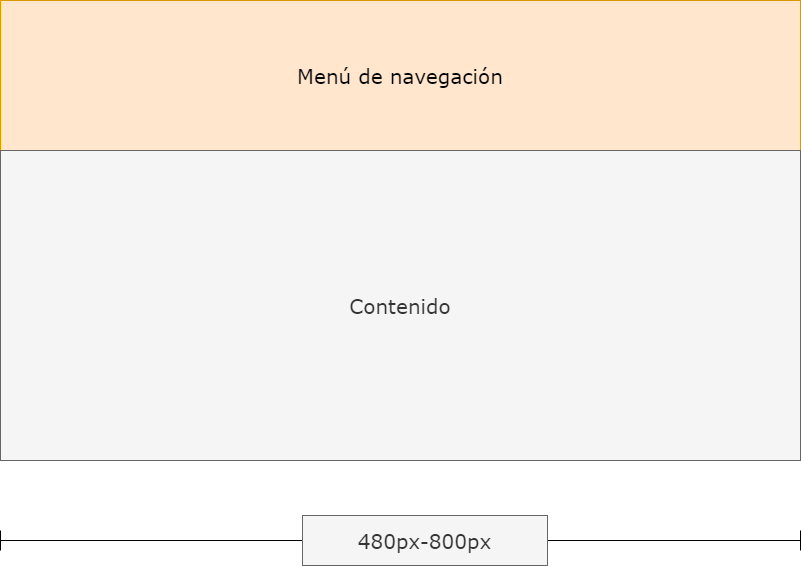
Before: imagenes/boceto800px.png, a diagram exported from draw.io (josanchezva/GraficaInteractiva). Source tidied: cells renumbered, new cells last; positions are measured from the earlier drawing's top-left corner, leaving out a move shared by most shapes.
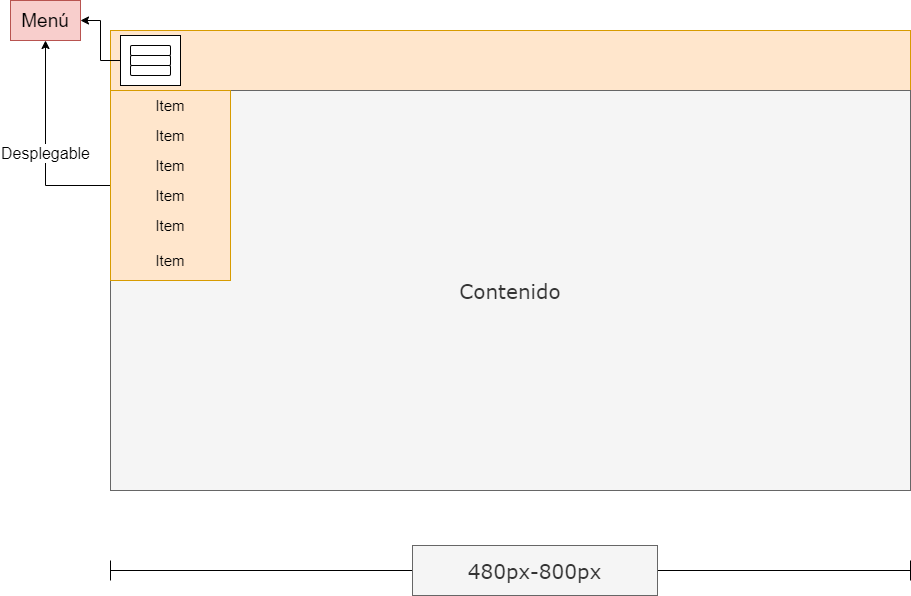
Later version of the same file.

What changed in the source:
```diff
@@ -11,11 +11,56 @@
     <mxCell id="4" value="480px-800px" style="text;html=1;align=center;verticalAlign=middle;whiteSpace=wrap;rounded=0;fontFamily=Verdana;fontSize=20;fillColor=#f5f5f5;strokeColor=#666666;fontColor=#333333;" parent="1" vertex="1">
       <mxGeometry x="302" y="515" width="245" height="50" as="geometry" />
     </mxCell>
-    <mxCell id="5" value="Menú de navegación" style="rounded=0;whiteSpace=wrap;html=1;fontFamily=Verdana;fontSize=20;fillColor=#ffe6cc;strokeColor=#d79b00;" parent="1" vertex="1">
-      <mxGeometry width="800" height="150" as="geometry" />
+    <mxCell id="5" style="rounded=0;whiteSpace=wrap;html=1;fontFamily=Verdana;fontSize=20;fillColor=#ffe6cc;strokeColor=#d79b00;" parent="1" vertex="1">
+      <mxGeometry width="800" height="60" as="geometry" />
     </mxCell>
     <mxCell id="6" value="Contenido" style="text;html=1;align=center;verticalAlign=middle;whiteSpace=wrap;rounded=0;fontFamily=Verdana;fontSize=20;fillColor=#f5f5f5;strokeColor=#666666;fontColor=#333333;" parent="1" vertex="1">
-      <mxGeometry y="150" width="800" height="310" as="geometry" />
+      <mxGeometry y="60" width="800" height="400" as="geometry" />
     </mxCell>
+    <mxCell id="7" style="edgeStyle=orthogonalEdgeStyle;rounded=0;jettySize=auto;html=1;entryX=1;entryY=0.5;entryDx=0;entryDy=0;" parent="1" edge="1" source="8" target="12">
+      <mxGeometry relative="1" as="geometry" />
+    </mxCell>
+    <mxCell id="8" style="rounded=0;whiteSpace=wrap;html=1;" parent="1" vertex="1">
+      <mxGeometry x="10" y="5" width="60" height="50" as="geometry" />
+    </mxCell>
+    <mxCell id="9" style="rounded=1;whiteSpace=wrap;html=1;" parent="1" vertex="1">
+      <mxGeometry x="20" y="15" width="40" height="10" as="geometry" />
+    </mxCell>
+    <mxCell id="10" style="rounded=1;whiteSpace=wrap;html=1;" parent="1" vertex="1">
+      <mxGeometry x="20" y="25" width="40" height="10" as="geometry" />
+    </mxCell>
+    <mxCell id="11" style="rounded=1;whiteSpace=wrap;html=1;" parent="1" vertex="1">
+      <mxGeometry x="20" y="35" width="40" height="10" as="geometry" />
+    </mxCell>
+    <mxCell id="12" value="&lt;font style=&quot;font-size: 19px&quot;&gt;Menú&lt;/font&gt;" style="text;html=1;strokeColor=#b85450;fillColor=#f8cecc;align=center;verticalAlign=middle;whiteSpace=wrap;rounded=0;" parent="1" vertex="1">
+      <mxGeometry x="-100" y="-30" width="70" height="40" as="geometry" />
+    </mxCell>
+    <mxCell id="13" style="edgeStyle=orthogonalEdgeStyle;rounded=0;jettySize=auto;html=1;entryX=0.5;entryY=1;entryDx=0;entryDy=0;" parent="1" edge="1" source="15" target="12">
+      <mxGeometry relative="1" as="geometry" />
+    </mxCell>
+    <mxCell id="14" value="&lt;font style=&quot;font-size: 16px&quot;&gt;Desplegable&lt;/font&gt;" style="edgeLabel;html=1;align=center;verticalAlign=middle;" parent="13" vertex="1">
+      <mxGeometry x="-0.07" y="1" relative="1" as="geometry" />
+    </mxCell>
+    <mxCell id="15" style="rounded=0;whiteSpace=wrap;html=1;fillColor=#ffe6cc;strokeColor=#d79b00;" parent="1" vertex="1">
+      <mxGeometry y="60" width="120" height="190" as="geometry" />
+    </mxCell>
+    <mxCell id="16" value="&lt;font style=&quot;font-size: 15px&quot;&gt;Item&lt;/font&gt;" style="text;html=1;strokeColor=none;fillColor=none;align=center;verticalAlign=middle;whiteSpace=wrap;rounded=0;" parent="1" vertex="1">
+      <mxGeometry x="30" y="60" width="60" height="30" as="geometry" />
+    </mxCell>
+    <mxCell id="17" value="&lt;font style=&quot;font-size: 15px&quot;&gt;Item&lt;/font&gt;" style="text;html=1;strokeColor=none;fillColor=none;align=center;verticalAlign=middle;whiteSpace=wrap;rounded=0;" parent="1" vertex="1">
+      <mxGeometry x="30" y="90" width="60" height="30" as="geometry" />
+    </mxCell>
+    <mxCell id="18" value="&lt;font style=&quot;font-size: 15px&quot;&gt;Item&lt;/font&gt;" style="text;html=1;strokeColor=none;fillColor=none;align=center;verticalAlign=middle;whiteSpace=wrap;rounded=0;" parent="1" vertex="1">
+      <mxGeometry x="30" y="120" width="60" height="30" as="geometry" />
+    </mxCell>
+    <mxCell id="19" value="&lt;font style=&quot;font-size: 15px&quot;&gt;Item&lt;/font&gt;" style="text;html=1;strokeColor=none;fillColor=none;align=center;verticalAlign=middle;whiteSpace=wrap;rounded=0;" parent="1" vertex="1">
+      <mxGeometry x="30" y="150" width="60" height="30" as="geometry" />
+    </mxCell>
+    <mxCell id="20" value="&lt;font style=&quot;font-size: 15px&quot;&gt;Item&lt;/font&gt;" style="text;html=1;strokeColor=none;fillColor=none;align=center;verticalAlign=middle;whiteSpace=wrap;rounded=0;" parent="1" vertex="1">
+      <mxGeometry x="30" y="180" width="60" height="30" as="geometry" />
+    </mxCell>
+    <mxCell id="21" value="&lt;font style=&quot;font-size: 15px&quot;&gt;Item&lt;/font&gt;" style="text;html=1;strokeColor=none;fillColor=none;align=center;verticalAlign=middle;whiteSpace=wrap;rounded=0;" parent="1" vertex="1">
+      <mxGeometry x="30" y="215" width="60" height="30" as="geometry" />
+    </mxCell>
   </root>
 </mxGraphModel>
```
